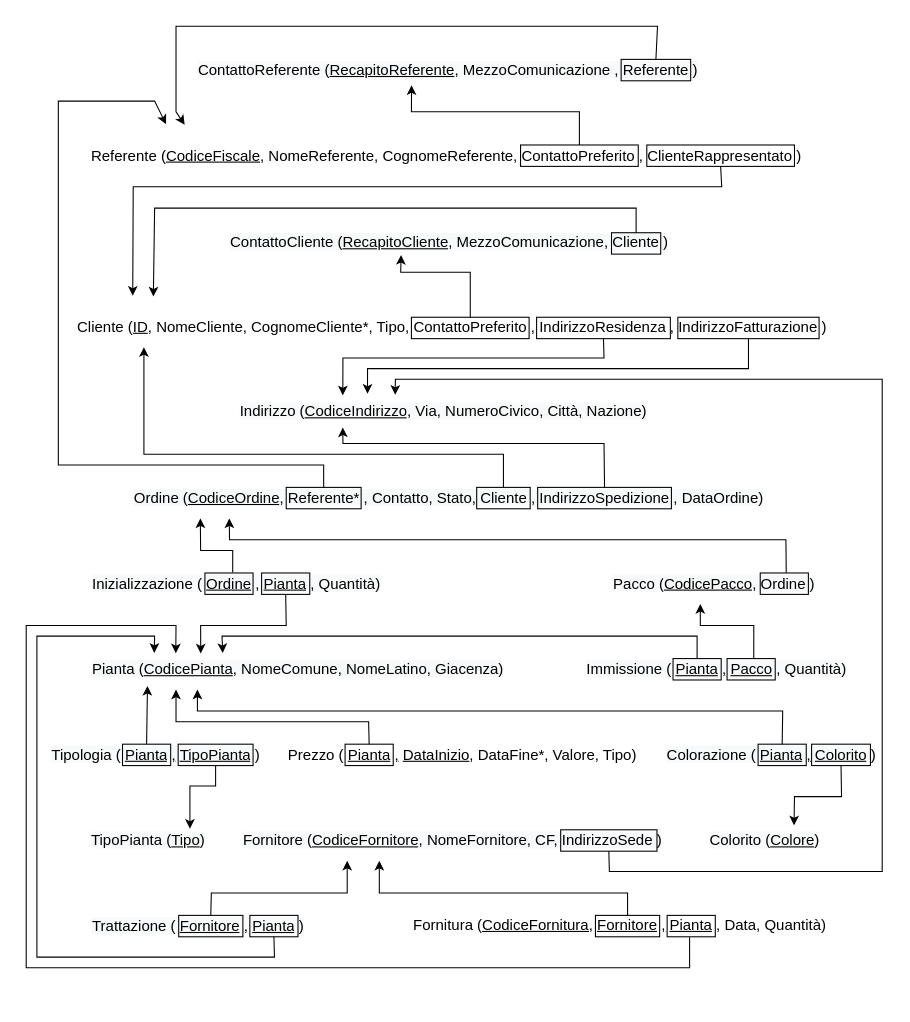
Before: Relational.drawio in nic-agos/Verde-S.R.L, a draw.io diagram. Source tidied: cells renumbered, new cells numbered last; positions are measured from the earlier drawing's top-left corner, leaving out a move shared by most shapes. Both pictures are drawn from the tidied source at 107%, with x=0, y=0 at pixel (26, 26).
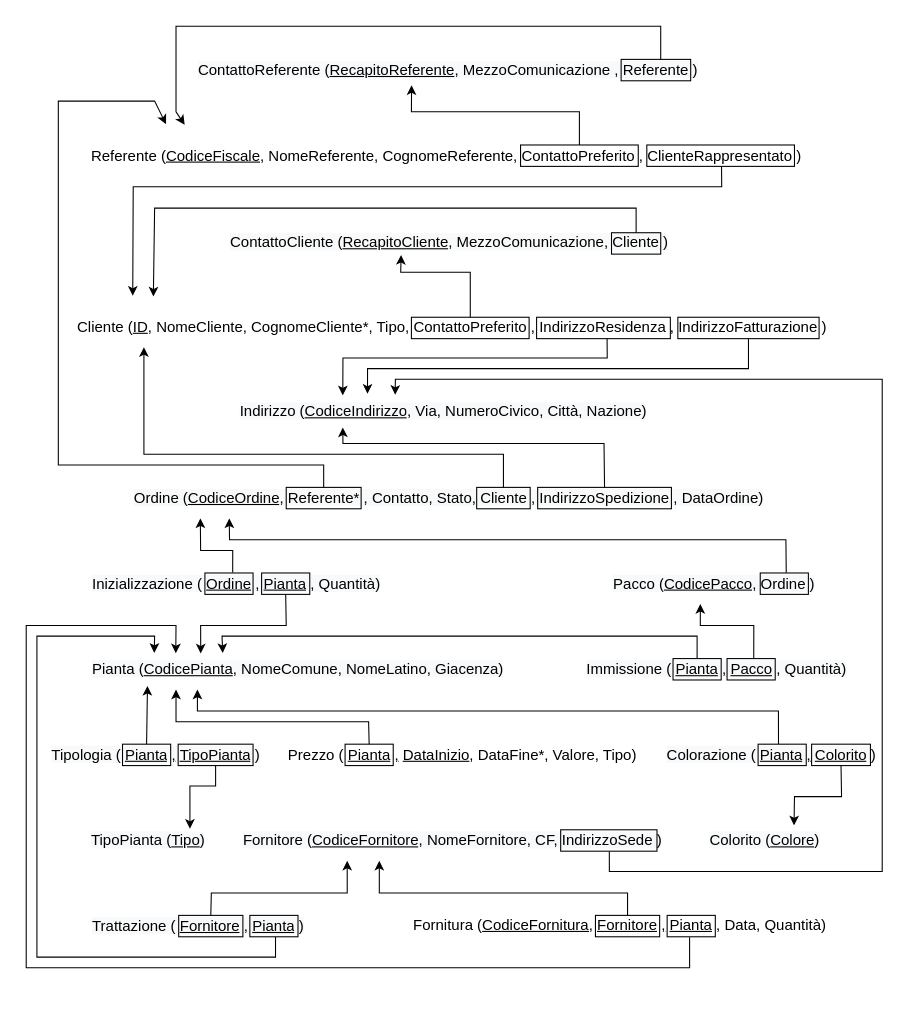
Above is the later version.

The change refers to these unchanged cells:
```xml
<mxCell id="2" value="&lt;p class=&quot;MsoNormal&quot; align=&quot;left&quot; style=&quot;text-align: left ; font-size: 14px&quot;&gt;&lt;font style=&quot;font-size: 14px&quot;&gt;Cliente (&lt;u&gt;ID&lt;/u&gt;, NomeCliente, CognomeCliente*, Tipo, ContattoPreferito , IndirizzoResidenza , IndirizzoFatturazione )&lt;/font&gt;&lt;/p&gt;&lt;font style=&quot;font-size: 14px&quot;&gt;&lt;br style=&quot;color: rgb(0 , 0 , 0) ; font-family: &amp;#34;helvetica&amp;#34; ; font-size: 14px ; font-style: normal ; font-weight: 400 ; letter-spacing: normal ; text-align: left ; text-indent: 0px ; text-transform: none ; word-spacing: 0px ; background-color: rgb(248 , 249 , 250)&quot;&gt;&lt;br&gt;&lt;br&gt;&lt;/font&gt;" style="text;whiteSpace=wrap;html=1;" parent="1" vertex="1">
  <mxGeometry x="46" y="252" width="714" height="50" as="geometry" />
</mxCell>
<mxCell id="3" style="rounded=0;whiteSpace=wrap;html=1;fillColor=none;" parent="1" vertex="1">
  <mxGeometry x="477" y="272" width="125" height="20" as="geometry" />
</mxCell>
<mxCell id="4" value="&lt;span style=&quot;color: rgb(0, 0, 0); font-family: helvetica; font-size: 14px; font-style: normal; font-weight: 400; letter-spacing: normal; text-align: left; text-indent: 0px; text-transform: none; word-spacing: 0px; background-color: rgb(248, 249, 250); display: inline; float: none;&quot;&gt;Indirizzo (&lt;/span&gt;&lt;u style=&quot;color: rgb(0, 0, 0); font-family: helvetica; font-size: 14px; font-style: normal; font-weight: 400; letter-spacing: normal; text-align: left; text-indent: 0px; text-transform: none; word-spacing: 0px; background-color: rgb(248, 249, 250);&quot;&gt;CodiceIndirizzo&lt;/u&gt;&lt;span style=&quot;color: rgb(0, 0, 0); font-family: helvetica; font-size: 14px; font-style: normal; font-weight: 400; letter-spacing: normal; text-align: left; text-indent: 0px; text-transform: none; word-spacing: 0px; background-color: rgb(248, 249, 250); display: inline; float: none;&quot;&gt;, Via, NumeroCivico, Città, Nazione)&lt;/span&gt;" style="text;whiteSpace=wrap;html=1;" parent="1" vertex="1">
  <mxGeometry x="198" y="345" width="391.5" height="30" as="geometry" />
</mxCell>
<mxCell id="6" value="&lt;p class=&quot;MsoNormal&quot; align=&quot;left&quot; style=&quot;text-align: left ; font-size: 14px&quot;&gt;&lt;font style=&quot;font-size: 14px&quot;&gt;Referente (&lt;u&gt;CodiceFiscale&lt;/u&gt;, NomeReferente, CognomeReferente, ContattoPreferito , ClienteRappresentato )&lt;/font&gt;&lt;/p&gt;&lt;font style=&quot;font-size: 14px&quot;&gt;&lt;br style=&quot;color: rgb(0 , 0 , 0) ; font-family: &amp;#34;helvetica&amp;#34; ; font-size: 14px ; font-style: normal ; font-weight: 400 ; letter-spacing: normal ; text-align: left ; text-indent: 0px ; text-transform: none ; word-spacing: 0px ; background-color: rgb(248 , 249 , 250)&quot;&gt;&lt;br&gt;&lt;br&gt;&lt;/font&gt;" style="text;whiteSpace=wrap;html=1;" parent="1" vertex="1">
  <mxGeometry x="59" y="92" width="670" height="40" as="geometry" />
</mxCell>
<mxCell id="13" value="&lt;span style=&quot;color: rgb(0, 0, 0); font-family: helvetica; font-size: 14px; font-style: normal; font-weight: 400; letter-spacing: normal; text-align: left; text-indent: 0px; text-transform: none; word-spacing: 0px; background-color: rgb(248, 249, 250); display: inline; float: none;&quot;&gt;Pianta (&lt;/span&gt;&lt;u style=&quot;color: rgb(0, 0, 0); font-family: helvetica; font-size: 14px; font-style: normal; font-weight: 400; letter-spacing: normal; text-align: left; text-indent: 0px; text-transform: none; word-spacing: 0px; background-color: rgb(248, 249, 250);&quot;&gt;CodicePianta&lt;/u&gt;&lt;span style=&quot;color: rgb(0, 0, 0); font-family: helvetica; font-size: 14px; font-style: normal; font-weight: 400; letter-spacing: normal; text-align: left; text-indent: 0px; text-transform: none; word-spacing: 0px; background-color: rgb(248, 249, 250); display: inline; float: none;&quot;&gt;, NomeComune, NomeLatino, Giacenza)&lt;/span&gt;" style="text;whiteSpace=wrap;html=1;" parent="1" vertex="1">
  <mxGeometry x="60" y="586" width="395" height="30" as="geometry" />
</mxCell>
<mxCell id="23" style="rounded=0;whiteSpace=wrap;html=1;fillColor=none;" parent="1" vertex="1">
  <mxGeometry x="580" y="111" width="138" height="20" as="geometry" />
</mxCell>
<mxCell id="25" style="rounded=0;whiteSpace=wrap;html=1;fillColor=none;" parent="1" vertex="1">
  <mxGeometry x="556" y="31" width="65" height="20" as="geometry" />
</mxCell>
<mxCell id="38" style="rounded=0;whiteSpace=wrap;html=1;fillColor=none;" parent="1" vertex="1">
  <mxGeometry x="684" y="671" width="45" height="20" as="geometry" />
</mxCell>
<mxCell id="40" style="rounded=0;whiteSpace=wrap;html=1;fillColor=none;" parent="1" vertex="1">
  <mxGeometry x="209" y="831" width="45" height="20" as="geometry" />
</mxCell>
<mxCell id="44" style="rounded=0;whiteSpace=wrap;html=1;fillColor=none;" parent="1" vertex="1">
  <mxGeometry x="499.5" y="751" width="90" height="20" as="geometry" />
</mxCell>
```

Diff of the diagram source:
```diff
@@
-    <mxCell id="45" style="endArrow=classic;html=1;rounded=0;entryX=0.133;entryY=0.003;entryDx=0;entryDy=0;entryPerimeter=0;exitX=0.5;exitY=0;exitDx=0;exitDy=0;" parent="1" edge="1" source="25" target="6">
+    <mxCell id="45" style="endArrow=classic;html=1;rounded=0;entryX=0.133;entryY=0.003;entryDx=0;entryDy=0;entryPerimeter=0;exitX=0.569;exitY=0.002;exitDx=0;exitDy=0;exitPerimeter=0;" parent="1" edge="1" source="25" target="6">
       <mxGeometry relative="1" as="geometry">
         <Array as="points">
-          <mxPoint x="590" />
+          <mxPoint x="593" />
           <mxPoint x="140" />
           <mxPoint x="140" y="80" />
         </Array>
       </mxGeometry>
     </mxCell>
@@
-    <mxCell id="48" style="endArrow=classic;html=1;rounded=0;exitX=0.5;exitY=1;exitDx=0;exitDy=0;entryX=0.075;entryY=-0.003;entryDx=0;entryDy=0;entryPerimeter=0;" parent="1" edge="1" source="23" target="2">
+    <mxCell id="48" style="endArrow=classic;html=1;rounded=0;exitX=0.506;exitY=1.004;exitDx=0;exitDy=0;entryX=0.075;entryY=-0.003;entryDx=0;entryDy=0;entryPerimeter=0;exitPerimeter=0;" parent="1" edge="1" source="23" target="2">
       <mxGeometry relative="1" as="geometry">
         <Array as="points">
           <mxPoint x="650" y="150" />
           <mxPoint x="100" y="150" />
         </Array>
       </mxGeometry>
     </mxCell>
@@
-    <mxCell id="50" style="endArrow=classic;html=1;rounded=0;exitX=0.5;exitY=1;exitDx=0;exitDy=0;entryX=0.25;entryY=0;entryDx=0;entryDy=0;" parent="1" edge="1" source="3" target="4">
+    <mxCell id="50" style="endArrow=classic;html=1;rounded=0;exitX=0.527;exitY=1.003;exitDx=0;exitDy=0;entryX=0.25;entryY=0;entryDx=0;entryDy=0;exitPerimeter=0;" parent="1" edge="1" source="3" target="4">
       <mxGeometry relative="1" as="geometry">
         <Array as="points">
-          <mxPoint x="540" y="310" />
+          <mxPoint x="543" y="310" />
           <mxPoint x="296" y="310" />
         </Array>
       </mxGeometry>
     </mxCell>
@@
-    <mxCell id="60" style="endArrow=classic;html=1;rounded=0;exitX=0.5;exitY=0;exitDx=0;exitDy=0;" parent="1" edge="1" source="38">
+    <mxCell id="60" style="endArrow=classic;html=1;rounded=0;exitX=0.424;exitY=0.003;exitDx=0;exitDy=0;exitPerimeter=0;" parent="1" edge="1" source="38">
       <mxGeometry relative="1" as="geometry">
         <mxPoint x="160" y="620" as="targetPoint" />
         <Array as="points">
-          <mxPoint x="707" y="640" />
+          <mxPoint x="703" y="640" />
           <mxPoint x="160" y="640" />
         </Array>
       </mxGeometry>
     </mxCell>
@@
-    <mxCell id="64" style="endArrow=classic;html=1;rounded=0;exitX=0.5;exitY=1;exitDx=0;exitDy=0;entryX=0.151;entryY=-0.011;entryDx=0;entryDy=0;entryPerimeter=0;" parent="1" edge="1" source="40" target="13">
+    <mxCell id="64" style="endArrow=classic;html=1;rounded=0;exitX=0.533;exitY=1.013;exitDx=0;exitDy=0;entryX=0.151;entryY=-0.011;entryDx=0;entryDy=0;entryPerimeter=0;exitPerimeter=0;" parent="1" edge="1" source="40" target="13">
       <mxGeometry relative="1" as="geometry">
         <Array as="points">
-          <mxPoint x="232" y="870" />
+          <mxPoint x="233" y="870" />
           <mxPoint x="10" y="870" />
           <mxPoint x="10" y="570" />
           <mxPoint x="120" y="570" />
         </Array>
       </mxGeometry>
     </mxCell>
@@
-    <mxCell id="66" style="endArrow=classic;html=1;rounded=0;exitX=0.5;exitY=1;exitDx=0;exitDy=0;entryX=0.375;entryY=-0.018;entryDx=0;entryDy=0;entryPerimeter=0;" parent="1" edge="1" source="44" target="4">
+    <mxCell id="66" style="endArrow=classic;html=1;rounded=0;exitX=0.505;exitY=1.016;exitDx=0;exitDy=0;entryX=0.375;entryY=-0.018;entryDx=0;entryDy=0;entryPerimeter=0;exitPerimeter=0;" parent="1" edge="1" source="44" target="4">
       <mxGeometry relative="1" as="geometry">
         <Array as="points">
           <mxPoint x="545" y="790" />
           <mxPoint x="800" y="790" />
           <mxPoint x="800" y="330" />
           <mxPoint x="345" y="330" />
         </Array>
       </mxGeometry>
     </mxCell>
```
